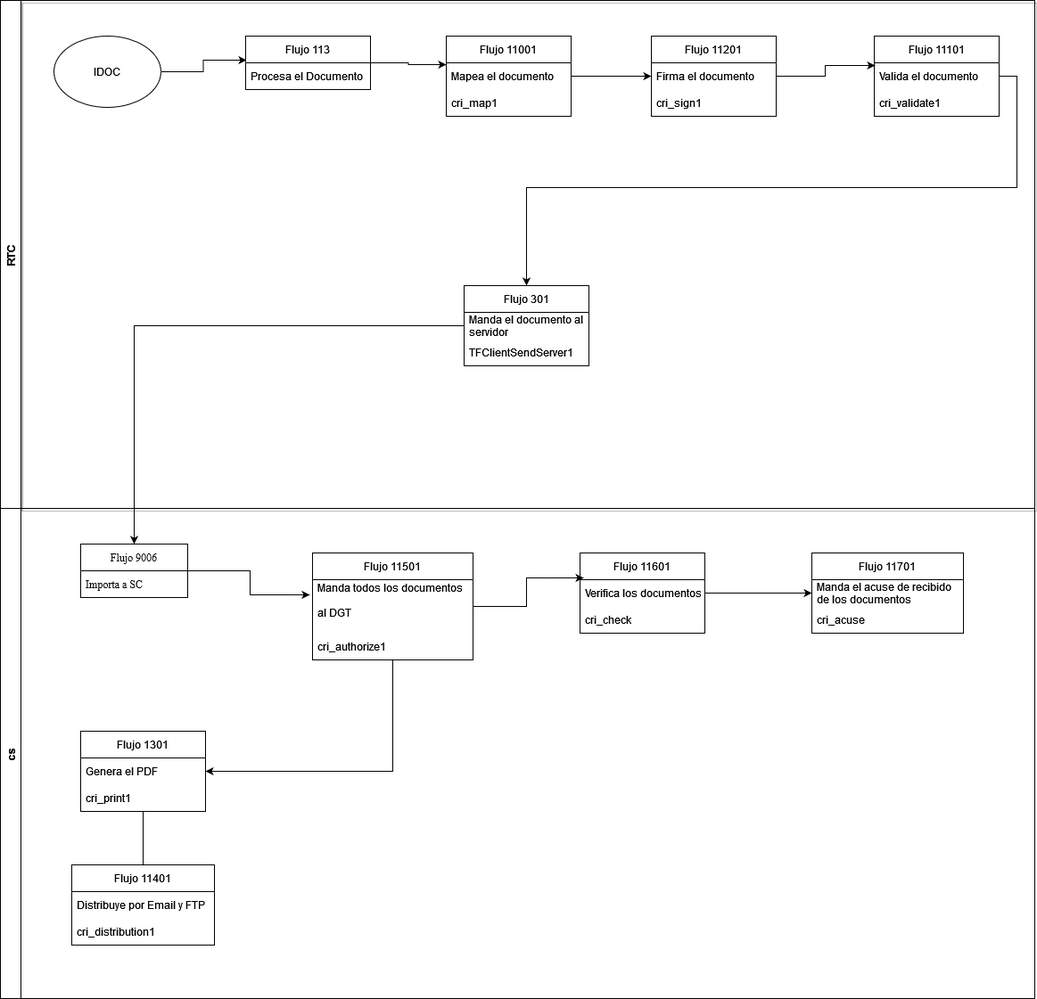
The draw.io diagram DiagramasFlujos/CR/Diagrama sin título.drawio.png in macantivbl/cs, before a commit. Source tidied: cells renumbered, new cells last; positions are measured from the earlier drawing's top-left corner, leaving out a move shared by most shapes.
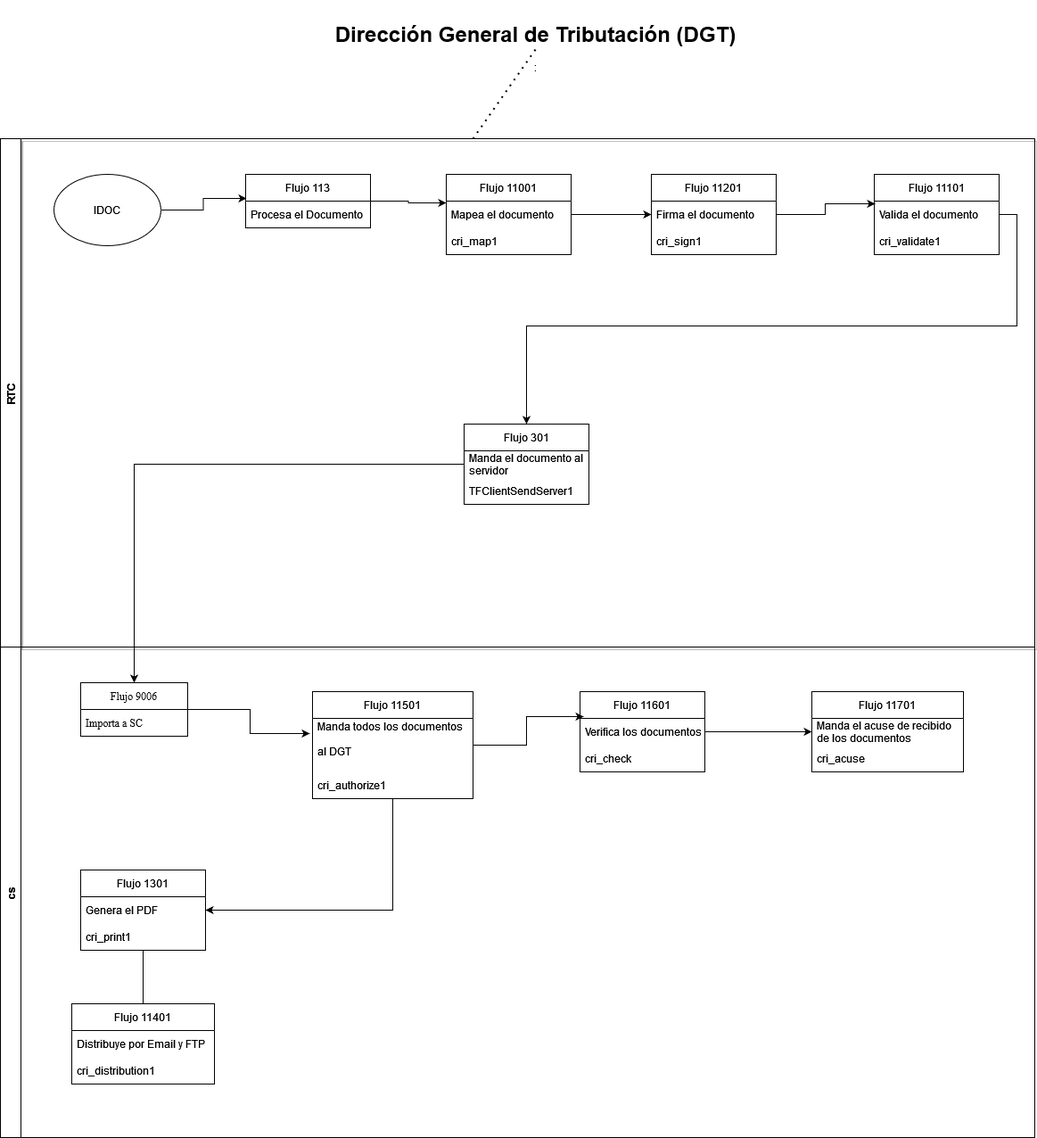
Later version of the same file.

Diff of the diagram source:
```diff
@@ -137,5 +137,14 @@
     <mxCell id="46" style="edgeStyle=orthogonalEdgeStyle;rounded=0;jettySize=auto;html=1;entryX=0.5;entryY=0;entryDx=0;entryDy=0;" parent="2" edge="1" source="15" target="30">
       <mxGeometry relative="1" as="geometry" />
     </mxCell>
+    <mxCell id="47" style="endArrow=none;dashed=1;html=1;dashPattern=1 3;strokeWidth=2;rounded=0;" parent="1" edge="1">
+      <mxGeometry relative="1" as="geometry">
+        <mxPoint x="530" as="sourcePoint" />
+        <mxPoint x="600" y="-100" as="targetPoint" />
+      </mxGeometry>
+    </mxCell>
+    <mxCell id="48" value="&lt;h1 class=&quot;page-title block-title&quot;&gt;Dirección General de Tributación (DGT)&lt;/h1&gt;: " style="text;html=1;align=center;verticalAlign=middle;strokeColor=none;fillColor=none;" parent="1" vertex="1">
+      <mxGeometry x="365" y="-155" width="470" height="90" as="geometry" />
+    </mxCell>
   </root>
 </mxGraphModel>
```
